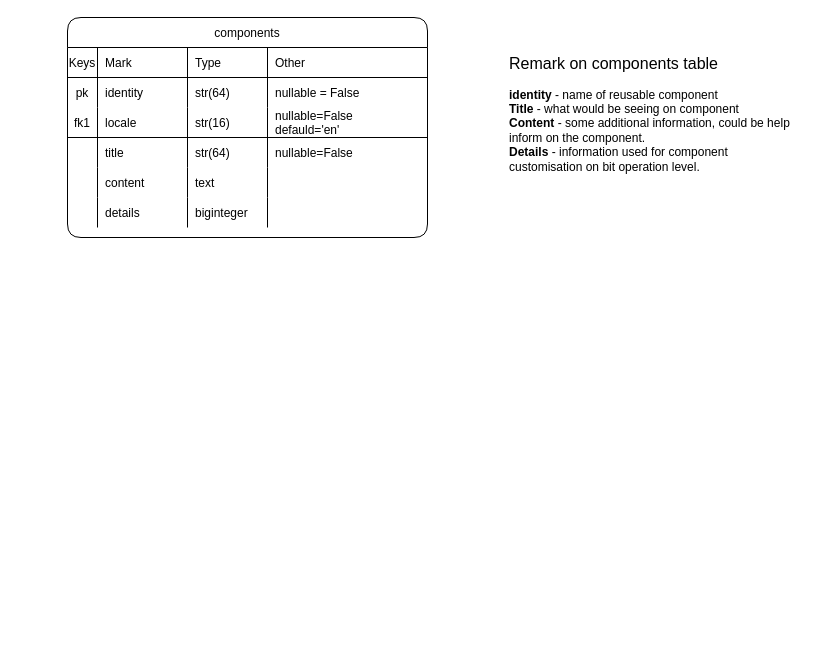
Earlier version of the draw.io diagram page "components table" (3 of 10) of market-coffee.drawio (Sergey190309/220415-market-caffee). Source tidied: cells renumbered, new cells numbered last; positions are measured from the earlier drawing's top-left corner, leaving out a move shared by most shapes. Both pictures are drawn from the tidied source at 100%, with x=0, y=0 at pixel (67, 17).
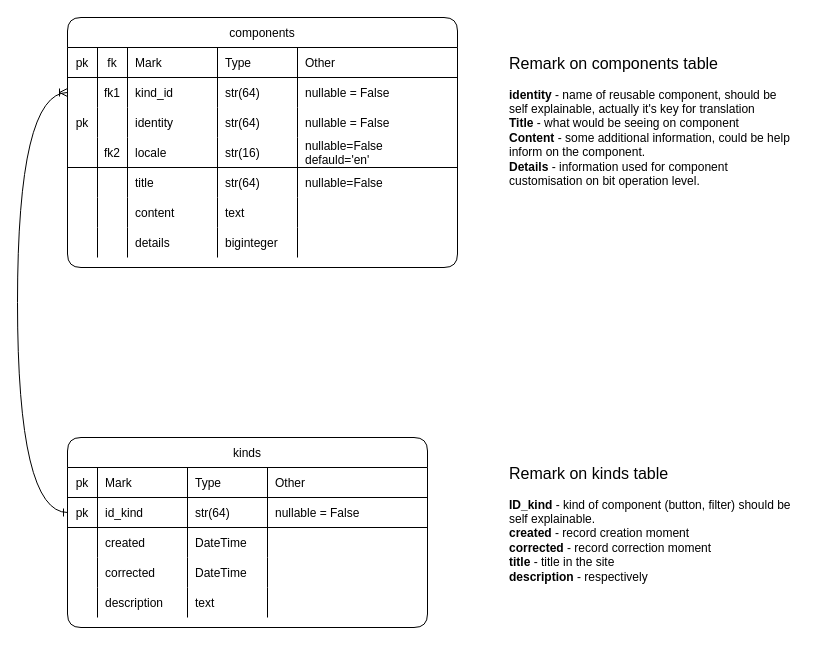
Above is the later version.

What changed in the source:
```diff
@@
     <mxCell id="2" value="components" style="shape=table;startSize=30;childLayout=tableLayout;rowLines=0;fontStyle=0;align=center;shadow=0;labelBackgroundColor=none;strokeWidth=1;fontColor=#000000;rounded=1;" parent="1" vertex="1">
-      <mxGeometry width="360" height="220" as="geometry" />
+      <mxGeometry width="390" height="250" as="geometry" />
     </mxCell>
     <mxCell id="3" style="shape=partialRectangle;fillColor=none;top=0;left=0;bottom=1;right=0;fontStyle=5;rounded=1;" parent="2" vertex="1">
-      <mxGeometry y="30" width="360" height="30" as="geometry" />
+      <mxGeometry y="30" width="390" height="30" as="geometry" />
     </mxCell>
+    <mxCell id="34" value="pk" style="shape=partialRectangle;fillColor=none;top=0;left=0;bottom=0;right=0;fontStyle=0;overflow=hidden;rounded=1;" parent="3" vertex="1">
+      <mxGeometry width="30" height="30" as="geometry" />
+    </mxCell>
-    <mxCell id="4" value="Keys" style="shape=partialRectangle;fillColor=none;top=0;left=0;bottom=0;right=0;fontStyle=0;overflow=hidden;rounded=1;" parent="3" vertex="1">
-      <mxGeometry width="30" height="30" as="geometry" />
+    <mxCell id="4" value="fk" style="shape=partialRectangle;fillColor=none;top=0;left=0;bottom=0;right=0;fontStyle=0;overflow=hidden;rounded=1;" parent="3" vertex="1">
+      <mxGeometry x="30" width="30" height="30" as="geometry" />
     </mxCell>
     <mxCell id="5" value="Mark" style="shape=partialRectangle;fillColor=none;top=0;left=0;bottom=0;right=0;align=left;spacingLeft=6;fontStyle=0;overflow=hidden;rounded=1;" parent="3" vertex="1">
-      <mxGeometry x="30" width="90" height="30" as="geometry" />
+      <mxGeometry x="60" width="90" height="30" as="geometry" />
     </mxCell>
     <mxCell id="6" value="Type" style="shape=partialRectangle;fillColor=none;top=0;left=0;bottom=0;right=0;align=left;spacingLeft=6;fontStyle=0;overflow=hidden;rounded=1;" parent="3" vertex="1">
-      <mxGeometry x="120" width="80" height="30" as="geometry" />
+      <mxGeometry x="150" width="80" height="30" as="geometry" />
     </mxCell>
     <mxCell id="7" value="Other" style="shape=partialRectangle;fillColor=none;top=0;left=0;bottom=0;right=0;align=left;spacingLeft=6;fontStyle=0;overflow=hidden;rounded=1;" parent="3" vertex="1">
-      <mxGeometry x="200" width="160" height="30" as="geometry" />
+      <mxGeometry x="230" width="160" height="30" as="geometry" />
     </mxCell>
+    <mxCell id="35" style="shape=partialRectangle;fillColor=none;top=0;left=0;bottom=0;right=0;points=[[0,0.5],[1,0.5]];portConstraint=eastwest;fontStyle=5;rounded=1;" parent="2" vertex="1">
+      <mxGeometry y="60" width="390" height="30" as="geometry" />
+    </mxCell>
+    <mxCell id="36" style="shape=partialRectangle;fillColor=none;top=0;left=0;bottom=0;right=0;fontStyle=0;overflow=hidden;rounded=1;" parent="35" vertex="1">
+      <mxGeometry width="30" height="30" as="geometry" />
+    </mxCell>
+    <mxCell id="37" value="fk1" style="shape=partialRectangle;fillColor=none;top=0;left=0;bottom=0;right=0;fontStyle=0;overflow=hidden;rounded=1;" parent="35" vertex="1">
+      <mxGeometry x="30" width="30" height="30" as="geometry" />
+    </mxCell>
+    <mxCell id="38" value="kind_id" style="shape=partialRectangle;fillColor=none;top=0;left=0;bottom=0;right=0;align=left;spacingLeft=6;fontStyle=0;overflow=hidden;rounded=1;" parent="35" vertex="1">
+      <mxGeometry x="60" width="90" height="30" as="geometry" />
+    </mxCell>
+    <mxCell id="39" value="str(64)" style="shape=partialRectangle;fillColor=none;top=0;left=0;bottom=0;right=0;align=left;spacingLeft=6;fontStyle=0;overflow=hidden;rounded=1;" parent="35" vertex="1">
+      <mxGeometry x="150" width="80" height="30" as="geometry" />
+    </mxCell>
+    <mxCell id="40" value="nullable = False" style="shape=partialRectangle;fillColor=none;top=0;left=0;bottom=0;right=0;align=left;spacingLeft=6;fontStyle=0;overflow=hidden;rounded=1;" parent="35" vertex="1">
+      <mxGeometry x="230" width="160" height="30" as="geometry" />
+    </mxCell>
     <mxCell id="8" style="shape=partialRectangle;fillColor=none;top=0;left=0;bottom=0;right=0;fontStyle=5;rounded=1;" parent="2" vertex="1">
-      <mxGeometry y="60" width="360" height="30" as="geometry" />
+      <mxGeometry y="90" width="390" height="30" as="geometry" />
     </mxCell>
+    <mxCell id="41" value="pk" style="shape=partialRectangle;fillColor=none;top=0;left=0;bottom=0;right=0;fontStyle=0;overflow=hidden;rounded=1;" parent="8" vertex="1">
+      <mxGeometry width="30" height="30" as="geometry" />
+    </mxCell>
-    <mxCell id="9" value="pk" style="shape=partialRectangle;fillColor=none;top=0;left=0;bottom=0;right=0;fontStyle=0;overflow=hidden;rounded=1;" parent="8" vertex="1">
-      <mxGeometry width="30" height="30" as="geometry" />
+    <mxCell id="9" style="shape=partialRectangle;fillColor=none;top=0;left=0;bottom=0;right=0;fontStyle=0;overflow=hidden;rounded=1;" parent="8" vertex="1">
+      <mxGeometry x="30" width="30" height="30" as="geometry" />
     </mxCell>
     <mxCell id="10" value="identity" style="shape=partialRectangle;fillColor=none;top=0;left=0;bottom=0;right=0;align=left;spacingLeft=6;fontStyle=0;overflow=hidden;rounded=1;" parent="8" vertex="1">
-      <mxGeometry x="30" width="90" height="30" as="geometry" />
+      <mxGeometry x="60" width="90" height="30" as="geometry" />
     </mxCell>
     <mxCell id="11" value="str(64)" style="shape=partialRectangle;fillColor=none;top=0;left=0;bottom=0;right=0;align=left;spacingLeft=6;fontStyle=0;overflow=hidden;rounded=1;" parent="8" vertex="1">
-      <mxGeometry x="120" width="80" height="30" as="geometry" />
+      <mxGeometry x="150" width="80" height="30" as="geometry" />
     </mxCell>
     <mxCell id="12" value="nullable = False" style="shape=partialRectangle;fillColor=none;top=0;left=0;bottom=0;right=0;align=left;spacingLeft=6;fontStyle=0;overflow=hidden;rounded=1;" parent="8" vertex="1">
-      <mxGeometry x="200" width="160" height="30" as="geometry" />
+      <mxGeometry x="230" width="160" height="30" as="geometry" />
     </mxCell>
     <mxCell id="13" style="shape=partialRectangle;fillColor=none;top=0;left=0;bottom=1;right=0;fontStyle=5;rounded=1;" parent="2" vertex="1">
-      <mxGeometry y="90" width="360" height="30" as="geometry" />
+      <mxGeometry y="120" width="390" height="30" as="geometry" />
     </mxCell>
+    <mxCell id="42" style="shape=partialRectangle;fillColor=none;top=0;left=0;bottom=0;right=0;fontStyle=0;overflow=hidden;rounded=1;" parent="13" vertex="1">
+      <mxGeometry width="30" height="30" as="geometry" />
+    </mxCell>
-    <mxCell id="14" value="fk1" style="shape=partialRectangle;fillColor=none;top=0;left=0;bottom=0;right=0;fontStyle=0;overflow=hidden;rounded=1;" parent="13" vertex="1">
-      <mxGeometry width="30" height="30" as="geometry" />
+    <mxCell id="14" value="fk2" style="shape=partialRectangle;fillColor=none;top=0;left=0;bottom=0;right=0;fontStyle=0;overflow=hidden;rounded=1;" parent="13" vertex="1">
+      <mxGeometry x="30" width="30" height="30" as="geometry" />
     </mxCell>
     <mxCell id="15" value="locale" style="shape=partialRectangle;fillColor=none;top=0;left=0;bottom=0;right=0;align=left;spacingLeft=6;fontStyle=0;overflow=hidden;rounded=1;" parent="13" vertex="1">
-      <mxGeometry x="30" width="90" height="30" as="geometry" />
+      <mxGeometry x="60" width="90" height="30" as="geometry" />
     </mxCell>
     <mxCell id="16" value="str(16)" style="shape=partialRectangle;fillColor=none;top=0;left=0;bottom=0;right=0;align=left;spacingLeft=6;fontStyle=0;overflow=hidden;rounded=1;" parent="13" vertex="1">
-      <mxGeometry x="120" width="80" height="30" as="geometry" />
+      <mxGeometry x="150" width="80" height="30" as="geometry" />
     </mxCell>
     <mxCell id="17" value="nullable=False&#10;defauld='en'" style="shape=partialRectangle;fillColor=none;top=0;left=0;bottom=0;right=0;align=left;spacingLeft=6;fontStyle=0;overflow=hidden;rounded=1;" parent="13" vertex="1">
-      <mxGeometry x="200" width="160" height="30" as="geometry" />
+      <mxGeometry x="230" width="160" height="30" as="geometry" />
     </mxCell>
     <mxCell id="18" style="shape=partialRectangle;fillColor=none;top=0;left=0;bottom=0;right=0;rounded=1;" parent="2" vertex="1">
-      <mxGeometry y="120" width="360" height="30" as="geometry" />
+      <mxGeometry y="150" width="390" height="30" as="geometry" />
     </mxCell>
+    <mxCell id="43" style="shape=partialRectangle;fillColor=none;top=0;left=0;bottom=0;right=0;overflow=hidden;rounded=1;" parent="18" vertex="1">
+      <mxGeometry width="30" height="30" as="geometry" />
+    </mxCell>
     <mxCell id="19" style="shape=partialRectangle;fillColor=none;top=0;left=0;bottom=0;right=0;overflow=hidden;rounded=1;" parent="18" vertex="1">
-      <mxGeometry width="30" height="30" as="geometry" />
+      <mxGeometry x="30" width="30" height="30" as="geometry" />
     </mxCell>
     <mxCell id="20" value="title" style="shape=partialRectangle;fillColor=none;top=0;left=0;bottom=0;right=0;align=left;spacingLeft=6;overflow=hidden;rounded=1;" parent="18" vertex="1">
-      <mxGeometry x="30" width="90" height="30" as="geometry" />
+      <mxGeometry x="60" width="90" height="30" as="geometry" />
     </mxCell>
     <mxCell id="21" value="str(64)" style="shape=partialRectangle;fillColor=none;top=0;left=0;bottom=0;right=0;align=left;spacingLeft=6;overflow=hidden;rounded=1;" parent="18" vertex="1">
-      <mxGeometry x="120" width="80" height="30" as="geometry" />
+      <mxGeometry x="150" width="80" height="30" as="geometry" />
     </mxCell>
     <mxCell id="22" value="nullable=False" style="shape=partialRectangle;fillColor=none;top=0;left=0;bottom=0;right=0;align=left;spacingLeft=6;overflow=hidden;rounded=1;" parent="18" vertex="1">
-      <mxGeometry x="200" width="160" height="30" as="geometry" />
+      <mxGeometry x="230" width="160" height="30" as="geometry" />
     </mxCell>
     <mxCell id="23" style="shape=partialRectangle;fillColor=none;top=0;left=0;bottom=0;right=0;rounded=1;" parent="2" vertex="1">
-      <mxGeometry y="150" width="360" height="30" as="geometry" />
+      <mxGeometry y="180" width="390" height="30" as="geometry" />
     </mxCell>
+    <mxCell id="44" style="shape=partialRectangle;fillColor=none;top=0;left=0;bottom=0;right=0;overflow=hidden;rounded=1;" parent="23" vertex="1">
+      <mxGeometry width="30" height="30" as="geometry" />
+    </mxCell>
     <mxCell id="24" style="shape=partialRectangle;fillColor=none;top=0;left=0;bottom=0;right=0;overflow=hidden;rounded=1;" parent="23" vertex="1">
-      <mxGeometry width="30" height="30" as="geometry" />
+      <mxGeometry x="30" width="30" height="30" as="geometry" />
     </mxCell>
     <mxCell id="25" value="content" style="shape=partialRectangle;fillColor=none;top=0;left=0;bottom=0;right=0;align=left;spacingLeft=6;overflow=hidden;rounded=1;" parent="23" vertex="1">
-      <mxGeometry x="30" width="90" height="30" as="geometry" />
+      <mxGeometry x="60" width="90" height="30" as="geometry" />
     </mxCell>
     <mxCell id="26" value="text" style="shape=partialRectangle;fillColor=none;top=0;left=0;bottom=0;right=0;align=left;spacingLeft=6;overflow=hidden;rounded=1;" parent="23" vertex="1">
-      <mxGeometry x="120" width="80" height="30" as="geometry" />
+      <mxGeometry x="150" width="80" height="30" as="geometry" />
     </mxCell>
     <mxCell id="27" style="shape=partialRectangle;fillColor=none;top=0;left=0;bottom=0;right=0;align=left;spacingLeft=6;overflow=hidden;rounded=1;" parent="23" vertex="1">
-      <mxGeometry x="200" width="160" height="30" as="geometry" />
+      <mxGeometry x="230" width="160" height="30" as="geometry" />
     </mxCell>
     <mxCell id="28" style="shape=partialRectangle;fillColor=none;top=0;left=0;bottom=0;right=0;rounded=1;" parent="2" vertex="1">
-      <mxGeometry y="180" width="360" height="30" as="geometry" />
+      <mxGeometry y="210" width="390" height="30" as="geometry" />
     </mxCell>
+    <mxCell id="45" style="shape=partialRectangle;fillColor=none;top=0;left=0;bottom=0;right=0;overflow=hidden;rounded=1;" parent="28" vertex="1">
+      <mxGeometry width="30" height="30" as="geometry" />
+    </mxCell>
     <mxCell id="29" style="shape=partialRectangle;fillColor=none;top=0;left=0;bottom=0;right=0;overflow=hidden;rounded=1;" parent="28" vertex="1">
-      <mxGeometry width="30" height="30" as="geometry" />
+      <mxGeometry x="30" width="30" height="30" as="geometry" />
     </mxCell>
     <mxCell id="30" value="details" style="shape=partialRectangle;fillColor=none;top=0;left=0;bottom=0;right=0;align=left;spacingLeft=6;overflow=hidden;rounded=1;" parent="28" vertex="1">
-      <mxGeometry x="30" width="90" height="30" as="geometry" />
+      <mxGeometry x="60" width="90" height="30" as="geometry" />
     </mxCell>
     <mxCell id="31" value="biginteger" style="shape=partialRectangle;fillColor=none;top=0;left=0;bottom=0;right=0;align=left;spacingLeft=6;overflow=hidden;rounded=1;" parent="28" vertex="1">
-      <mxGeometry x="120" width="80" height="30" as="geometry" />
+      <mxGeometry x="150" width="80" height="30" as="geometry" />
     </mxCell>
     <mxCell id="32" style="shape=partialRectangle;fillColor=none;top=0;left=0;bottom=0;right=0;align=left;spacingLeft=6;overflow=hidden;rounded=1;" parent="28" vertex="1">
-      <mxGeometry x="200" width="160" height="30" as="geometry" />
+      <mxGeometry x="230" width="160" height="30" as="geometry" />
     </mxCell>
+    <mxCell id="46" value="kinds" style="shape=table;startSize=30;childLayout=tableLayout;rowLines=0;fontStyle=0;align=center;shadow=0;labelBackgroundColor=none;strokeWidth=1;fontColor=#000000;rounded=1;" parent="1" vertex="1">
+      <mxGeometry y="420" width="360" height="190" as="geometry" />
+    </mxCell>
+    <mxCell id="47" style="shape=partialRectangle;fillColor=none;top=0;left=0;bottom=1;right=0;fontStyle=5;rounded=1;" parent="46" vertex="1">
+      <mxGeometry y="30" width="360" height="30" as="geometry" />
+    </mxCell>
+    <mxCell id="48" value="pk" style="shape=partialRectangle;fillColor=none;top=0;left=0;bottom=0;right=0;fontStyle=0;overflow=hidden;rounded=1;" parent="47" vertex="1">
+      <mxGeometry width="30" height="30" as="geometry" />
+    </mxCell>
+    <mxCell id="49" value="Mark" style="shape=partialRectangle;fillColor=none;top=0;left=0;bottom=0;right=0;align=left;spacingLeft=6;fontStyle=0;overflow=hidden;rounded=1;" parent="47" vertex="1">
+      <mxGeometry x="30" width="90" height="30" as="geometry" />
+    </mxCell>
+    <mxCell id="50" value="Type" style="shape=partialRectangle;fillColor=none;top=0;left=0;bottom=0;right=0;align=left;spacingLeft=6;fontStyle=0;overflow=hidden;rounded=1;" parent="47" vertex="1">
+      <mxGeometry x="120" width="80" height="30" as="geometry" />
+    </mxCell>
+    <mxCell id="51" value="Other" style="shape=partialRectangle;fillColor=none;top=0;left=0;bottom=0;right=0;align=left;spacingLeft=6;fontStyle=0;overflow=hidden;rounded=1;" parent="47" vertex="1">
+      <mxGeometry x="200" width="160" height="30" as="geometry" />
+    </mxCell>
+    <mxCell id="52" style="shape=partialRectangle;fillColor=none;top=0;left=0;bottom=1;right=0;points=[[0,0.5],[1,0.5]];portConstraint=eastwest;fontStyle=5;rounded=1;" parent="46" vertex="1">
+      <mxGeometry y="60" width="360" height="30" as="geometry" />
+    </mxCell>
+    <mxCell id="53" value="pk" style="shape=partialRectangle;fillColor=none;top=0;left=0;bottom=0;right=0;fontStyle=0;overflow=hidden;rounded=1;" parent="52" vertex="1">
+      <mxGeometry width="30" height="30" as="geometry" />
+    </mxCell>
+    <mxCell id="54" value="id_kind" style="shape=partialRectangle;fillColor=none;top=0;left=0;bottom=0;right=0;align=left;spacingLeft=6;fontStyle=0;overflow=hidden;rounded=1;" parent="52" vertex="1">
+      <mxGeometry x="30" width="90" height="30" as="geometry" />
+    </mxCell>
+    <mxCell id="55" value="str(64)" style="shape=partialRectangle;fillColor=none;top=0;left=0;bottom=0;right=0;align=left;spacingLeft=6;fontStyle=0;overflow=hidden;rounded=1;" parent="52" vertex="1">
+      <mxGeometry x="120" width="80" height="30" as="geometry" />
+    </mxCell>
+    <mxCell id="56" value="nullable = False" style="shape=partialRectangle;fillColor=none;top=0;left=0;bottom=0;right=0;align=left;spacingLeft=6;fontStyle=0;overflow=hidden;rounded=1;" parent="52" vertex="1">
+      <mxGeometry x="200" width="160" height="30" as="geometry" />
+    </mxCell>
+    <mxCell id="57" style="shape=partialRectangle;fillColor=none;top=0;left=0;bottom=0;right=0;rounded=1;" parent="46" vertex="1">
+      <mxGeometry y="90" width="360" height="30" as="geometry" />
+    </mxCell>
+    <mxCell id="58" style="shape=partialRectangle;fillColor=none;top=0;left=0;bottom=0;right=0;overflow=hidden;rounded=1;" parent="57" vertex="1">
+      <mxGeometry width="30" height="30" as="geometry" />
+    </mxCell>
+    <mxCell id="59" value="created" style="shape=partialRectangle;fillColor=none;top=0;left=0;bottom=0;right=0;align=left;spacingLeft=6;overflow=hidden;rounded=1;" parent="57" vertex="1">
+      <mxGeometry x="30" width="90" height="30" as="geometry" />
+    </mxCell>
+    <mxCell id="60" value="DateTime" style="shape=partialRectangle;fillColor=none;top=0;left=0;bottom=0;right=0;align=left;spacingLeft=6;overflow=hidden;rounded=1;" parent="57" vertex="1">
+      <mxGeometry x="120" width="80" height="30" as="geometry" />
+    </mxCell>
+    <mxCell id="61" style="shape=partialRectangle;fillColor=none;top=0;left=0;bottom=0;right=0;align=left;spacingLeft=6;overflow=hidden;rounded=1;" parent="57" vertex="1">
+      <mxGeometry x="200" width="160" height="30" as="geometry" />
+    </mxCell>
+    <mxCell id="62" style="shape=partialRectangle;fillColor=none;top=0;left=0;bottom=0;right=0;rounded=1;" parent="46" vertex="1">
+      <mxGeometry y="120" width="360" height="30" as="geometry" />
+    </mxCell>
+    <mxCell id="63" style="shape=partialRectangle;fillColor=none;top=0;left=0;bottom=0;right=0;overflow=hidden;rounded=1;" parent="62" vertex="1">
+      <mxGeometry width="30" height="30" as="geometry" />
+    </mxCell>
+    <mxCell id="64" value="corrected" style="shape=partialRectangle;fillColor=none;top=0;left=0;bottom=0;right=0;align=left;spacingLeft=6;overflow=hidden;rounded=1;" parent="62" vertex="1">
+      <mxGeometry x="30" width="90" height="30" as="geometry" />
+    </mxCell>
+    <mxCell id="65" value="DateTime" style="shape=partialRectangle;fillColor=none;top=0;left=0;bottom=0;right=0;align=left;spacingLeft=6;overflow=hidden;rounded=1;" parent="62" vertex="1">
+      <mxGeometry x="120" width="80" height="30" as="geometry" />
+    </mxCell>
+    <mxCell id="66" style="shape=partialRectangle;fillColor=none;top=0;left=0;bottom=0;right=0;align=left;spacingLeft=6;overflow=hidden;rounded=1;" parent="62" vertex="1">
+      <mxGeometry x="200" width="160" height="30" as="geometry" />
+    </mxCell>
+    <mxCell id="67" style="shape=partialRectangle;fillColor=none;top=0;left=0;bottom=0;right=0;rounded=1;" parent="46" vertex="1">
+      <mxGeometry y="150" width="360" height="30" as="geometry" />
+    </mxCell>
+    <mxCell id="68" style="shape=partialRectangle;fillColor=none;top=0;left=0;bottom=0;right=0;overflow=hidden;rounded=1;" parent="67" vertex="1">
+      <mxGeometry width="30" height="30" as="geometry" />
+    </mxCell>
+    <mxCell id="69" value="description" style="shape=partialRectangle;fillColor=none;top=0;left=0;bottom=0;right=0;align=left;spacingLeft=6;overflow=hidden;rounded=1;" parent="67" vertex="1">
+      <mxGeometry x="30" width="90" height="30" as="geometry" />
+    </mxCell>
+    <mxCell id="70" value="text" style="shape=partialRectangle;fillColor=none;top=0;left=0;bottom=0;right=0;align=left;spacingLeft=6;overflow=hidden;rounded=1;" parent="67" vertex="1">
+      <mxGeometry x="120" width="80" height="30" as="geometry" />
+    </mxCell>
+    <mxCell id="71" style="shape=partialRectangle;fillColor=none;top=0;left=0;bottom=0;right=0;align=left;spacingLeft=6;overflow=hidden;rounded=1;" parent="67" vertex="1">
+      <mxGeometry x="200" width="160" height="30" as="geometry" />
+    </mxCell>
+    <mxCell id="72" parent="0" />
-    <mxCell id="33" value="&lt;font style=&quot;font-size: 16px&quot;&gt;Remark on&amp;nbsp;&lt;span style=&quot;text-align: center&quot;&gt;components&lt;/span&gt;&amp;nbsp;table&lt;/font&gt;&lt;br&gt;&lt;font style=&quot;font-size: 12px&quot;&gt;&lt;br&gt;&lt;b&gt;identity&lt;/b&gt; - name of reusable component&lt;br&gt;&lt;b&gt;Title&lt;/b&gt; - what would be seeing on component&lt;br&gt;&lt;b&gt;Content&lt;/b&gt; - some additional information, could be help inform on the component.&lt;br&gt;&lt;b&gt;Details&lt;/b&gt; - information used for component customisation on bit operation level.&lt;br&gt;&lt;/font&gt;" style="text;html=1;strokeColor=none;fillColor=none;align=left;verticalAlign=top;whiteSpace=wrap;overflow=hidden;fontSize=12;spacingTop=0;" parent="1" vertex="1">
+    <mxCell id="33" value="&lt;font style=&quot;font-size: 16px&quot;&gt;Remark on&amp;nbsp;&lt;span style=&quot;text-align: center&quot;&gt;components&lt;/span&gt;&amp;nbsp;table&lt;/font&gt;&lt;br&gt;&lt;font style=&quot;font-size: 12px&quot;&gt;&lt;br&gt;&lt;b&gt;identity&lt;/b&gt; - name of reusable component, should be self explainable, actually it's key for translation&lt;br&gt;&lt;b&gt;Title&lt;/b&gt; - what would be seeing on component&lt;br&gt;&lt;b&gt;Content&lt;/b&gt; - some additional information, could be help inform on the component.&lt;br&gt;&lt;b&gt;Details&lt;/b&gt; - information used for component customisation on bit operation level.&lt;br&gt;&lt;/font&gt;" style="text;html=1;strokeColor=none;fillColor=none;align=left;verticalAlign=top;whiteSpace=wrap;overflow=hidden;fontSize=12;spacingTop=0;" parent="72" vertex="1">
       <mxGeometry x="440" y="30" width="290" height="140" as="geometry" />
     </mxCell>
+    <mxCell id="73" value="&lt;font style=&quot;font-size: 16px&quot;&gt;Remark on&amp;nbsp;&lt;span style=&quot;text-align: center&quot;&gt;kinds&lt;/span&gt;&amp;nbsp;table&lt;/font&gt;&lt;br&gt;&lt;font style=&quot;font-size: 12px&quot;&gt;&lt;br&gt;&lt;b&gt;ID_kind&amp;nbsp;&lt;/b&gt;- kind of component (button, filter) should be self explainable.&lt;br&gt;&lt;b&gt;created&lt;/b&gt;&amp;nbsp;- record creation moment&lt;br&gt;&lt;b&gt;corrected&lt;/b&gt; - record correction moment&lt;br&gt;&lt;b&gt;title&lt;/b&gt; - title in the site&lt;br&gt;&lt;b&gt;description&lt;/b&gt; - respectively&lt;br&gt;&lt;/font&gt;" style="text;html=1;strokeColor=none;fillColor=none;align=left;verticalAlign=top;whiteSpace=wrap;overflow=hidden;fontSize=12;spacingTop=0;" parent="72" vertex="1">
+      <mxGeometry x="440" y="440" width="290" height="130" as="geometry" />
+    </mxCell>
+    <mxCell id="74" parent="0" />
+    <mxCell id="75" style="edgeStyle=orthogonalEdgeStyle;rounded=0;jettySize=auto;html=1;curved=1;endArrow=ERoneToMany;endFill=0;startArrow=ERone;startFill=0;exitX=0;exitY=0.5;exitDx=0;exitDy=0;entryX=0;entryY=0.5;entryDx=0;entryDy=0;" parent="74" edge="1" source="52" target="35">
+      <mxGeometry relative="1" as="geometry">
+        <Array as="points">
+          <mxPoint x="-50" y="495" />
+          <mxPoint x="-50" y="75" />
+        </Array>
+      </mxGeometry>
+    </mxCell>
```
